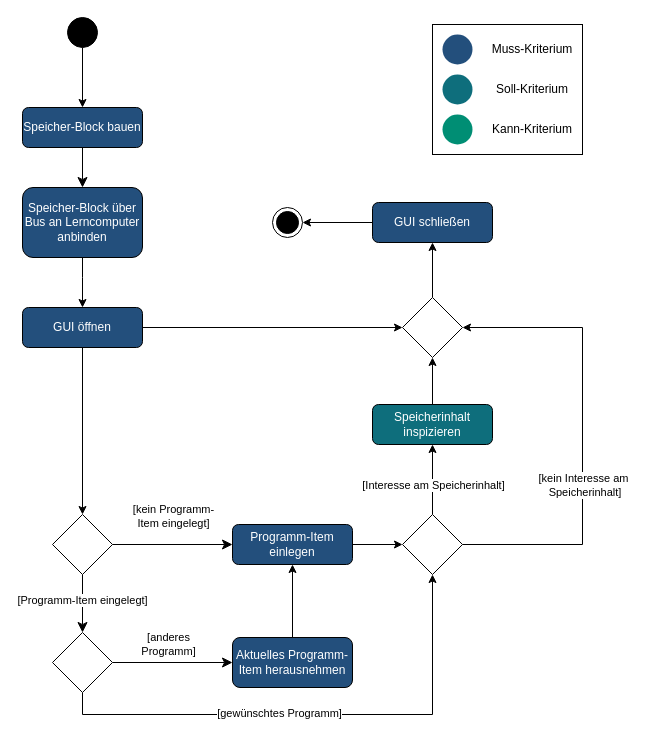
Earlier version of the draw.io diagram AktivitätsdiagrammSpeicherblock.drawio (LundiNord/RISCJ-Diagramms). Source tidied: cells renumbered, new cells numbered last; positions are measured from the earlier drawing's top-left corner, leaving out a move shared by most shapes. Both pictures are drawn from the tidied source at 100%, with x=0, y=0 at pixel (22, 17).
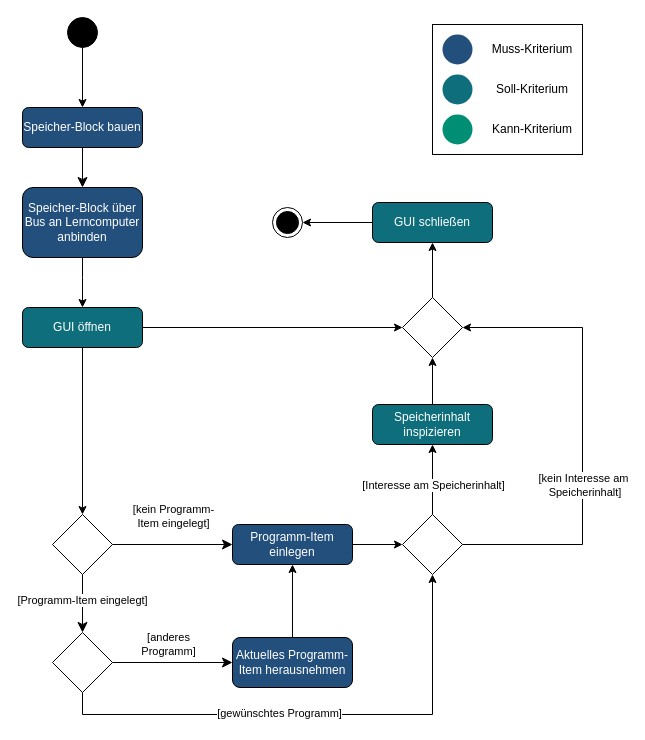
The same diagram, later.

Change to the diagram source:
```diff
@@
-    <mxCell id="21" value="GUI öffnen" style="rounded=1;whiteSpace=wrap;html=1;fontSize=12;glass=0;strokeWidth=1;shadow=0;fillColor=#234F7C;fontColor=#ffffff;" parent="1" vertex="1">
+    <mxCell id="21" value="GUI öffnen" style="rounded=1;whiteSpace=wrap;html=1;fontSize=12;glass=0;strokeWidth=1;shadow=0;fillColor=#0E6E7C;fontColor=#ffffff;" parent="1" vertex="1">
       <mxGeometry y="290" width="120" height="40" as="geometry" />
     </mxCell>
@@
-    <mxCell id="23" value="GUI schließen" style="rounded=1;whiteSpace=wrap;html=1;fontSize=12;glass=0;strokeWidth=1;shadow=0;fillColor=#234F7C;fontColor=#ffffff;" parent="1" vertex="1">
+    <mxCell id="23" value="GUI schließen" style="rounded=1;whiteSpace=wrap;html=1;fontSize=12;glass=0;strokeWidth=1;shadow=0;fillColor=#0E6E7C;fontColor=#ffffff;" parent="1" vertex="1">
       <mxGeometry x="350" y="185" width="120" height="40" as="geometry" />
     </mxCell>
```
